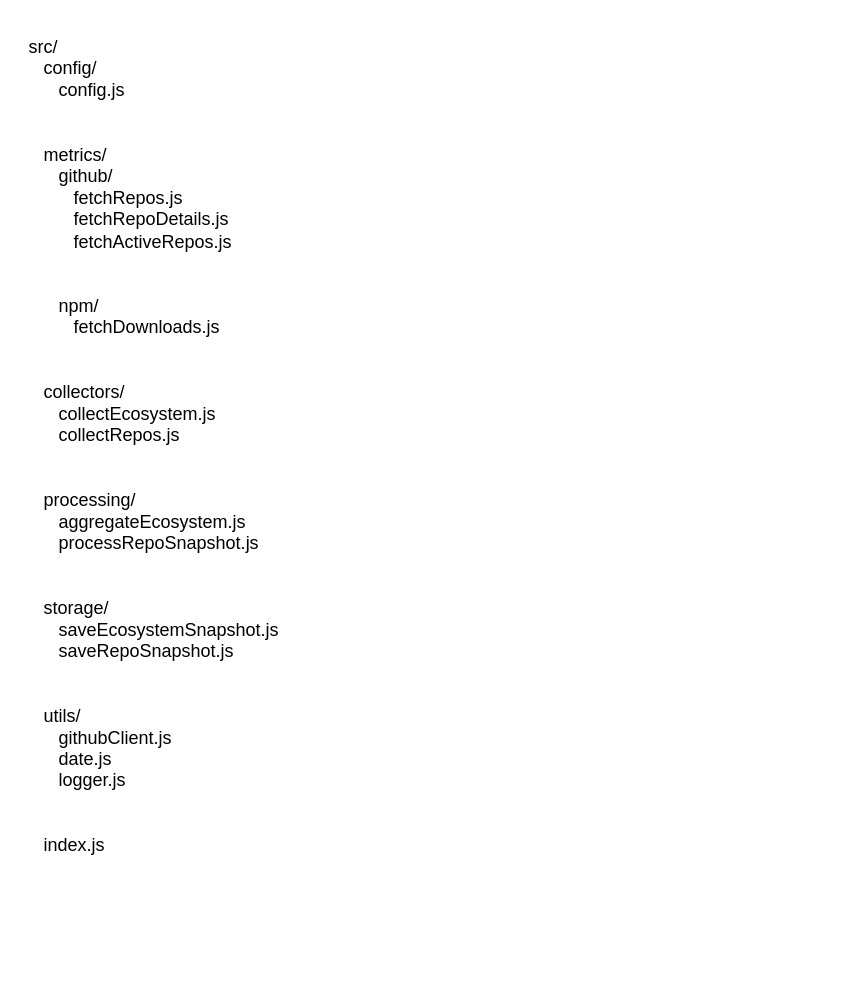
Before: draw.drawio in haya08/JSON-Schema-Observability-Q-T, a draw.io diagram. Source tidied: cells renumbered, new cells numbered last; positions are measured from the earlier drawing's top-left corner, leaving out a move shared by most shapes. Both pictures are drawn from the tidied source at 150%, with x=0, y=0 at pixel (26, 26).
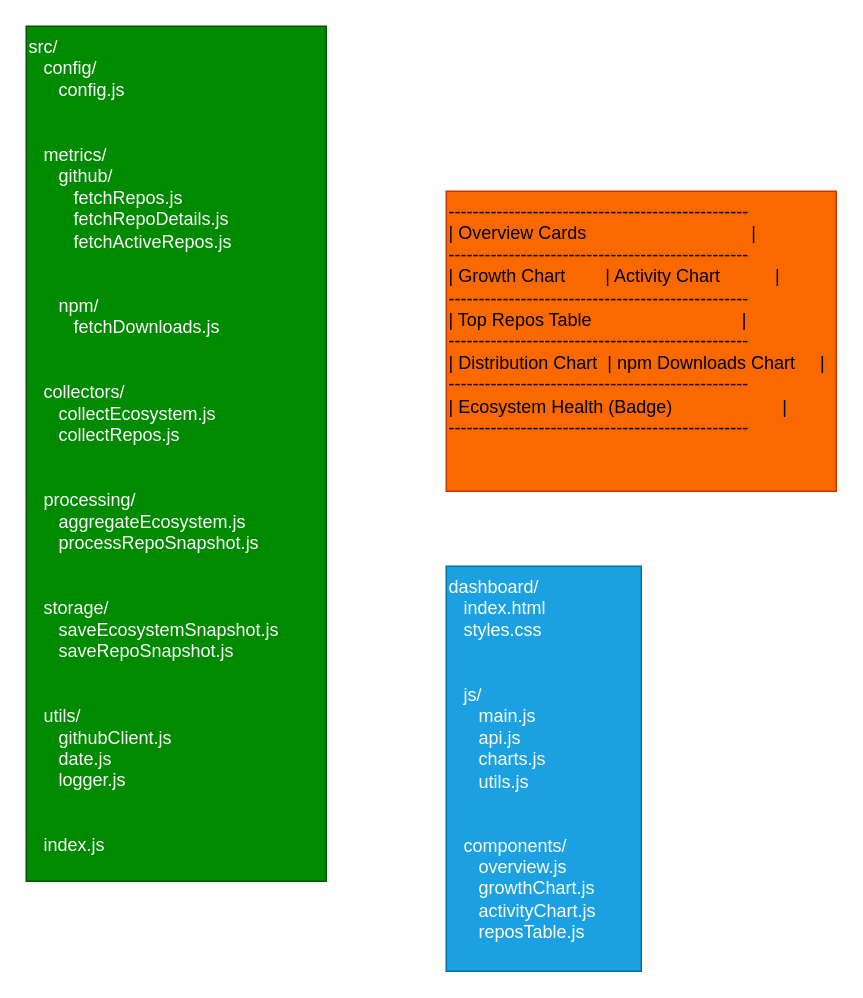
The same diagram, later.

Diff of the diagram source:
```diff
@@
 <mxGraphModel>
   <root>
     <mxCell id="0" />
     <mxCell id="1" parent="0" />
-    <mxCell id="2" value="src/&#10;   config/&#10;      config.js&#10;&#10;&#10;   metrics/&#10;      github/&#10;         fetchRepos.js&#10;         fetchRepoDetails.js&#10;         fetchActiveRepos.js&#10;&#10;&#10;      npm/&#10;         fetchDownloads.js&#10;&#10;&#10;   collectors/&#10;      collectEcosystem.js&#10;      collectRepos.js&#10;&#10;&#10;   processing/&#10;      aggregateEcosystem.js&#10;      processRepoSnapshot.js&#10;&#10;&#10;   storage/&#10;      saveEcosystemSnapshot.js&#10;      saveRepoSnapshot.js&#10;&#10;&#10;   utils/&#10;      githubClient.js&#10;      date.js&#10;      logger.js&#10;&#10;&#10;   index.js" style="text;whiteSpace=wrap;" parent="1" vertex="1">
-      <mxGeometry width="370" height="570" as="geometry" />
+    <mxCell id="2" value="src/&#10;   config/&#10;      config.js&#10;&#10;&#10;   metrics/&#10;      github/&#10;         fetchRepos.js&#10;         fetchRepoDetails.js&#10;         fetchActiveRepos.js&#10;&#10;&#10;      npm/&#10;         fetchDownloads.js&#10;&#10;&#10;   collectors/&#10;      collectEcosystem.js&#10;      collectRepos.js&#10;&#10;&#10;   processing/&#10;      aggregateEcosystem.js&#10;      processRepoSnapshot.js&#10;&#10;&#10;   storage/&#10;      saveEcosystemSnapshot.js&#10;      saveRepoSnapshot.js&#10;&#10;&#10;   utils/&#10;      githubClient.js&#10;      date.js&#10;      logger.js&#10;&#10;&#10;   index.js" style="text;whiteSpace=wrap;fillColor=#008a00;fontColor=#ffffff;strokeColor=#005700;" parent="1" vertex="1">
+      <mxGeometry width="200" height="570" as="geometry" />
     </mxCell>
+    <mxCell id="3" value="--------------------------------------------------&#10;| Overview Cards                                 |&#10;--------------------------------------------------&#10;| Growth Chart        | Activity Chart           |&#10;--------------------------------------------------&#10;| Top Repos Table                              |&#10;--------------------------------------------------&#10;| Distribution Chart  | npm Downloads Chart     |&#10;--------------------------------------------------&#10;| Ecosystem Health (Badge)                      |&#10;--------------------------------------------------" style="text;whiteSpace=wrap;fillColor=#fa6800;fontColor=#000000;strokeColor=#C73500;" parent="1" vertex="1">
+      <mxGeometry x="280" y="110" width="260" height="200" as="geometry" />
+    </mxCell>
+    <mxCell id="4" value="dashboard/&#10;   index.html&#10;   styles.css&#10;&#10;&#10;   js/&#10;      main.js&#10;      api.js&#10;      charts.js&#10;      utils.js&#10;&#10;&#10;   components/&#10;      overview.js&#10;      growthChart.js&#10;      activityChart.js&#10;      reposTable.js" style="text;whiteSpace=wrap;fillColor=#1ba1e2;fontColor=#ffffff;strokeColor=#006EAF;" parent="1" vertex="1">
+      <mxGeometry x="280" y="360" width="130" height="270" as="geometry" />
+    </mxCell>
   </root>
 </mxGraphModel>
```
